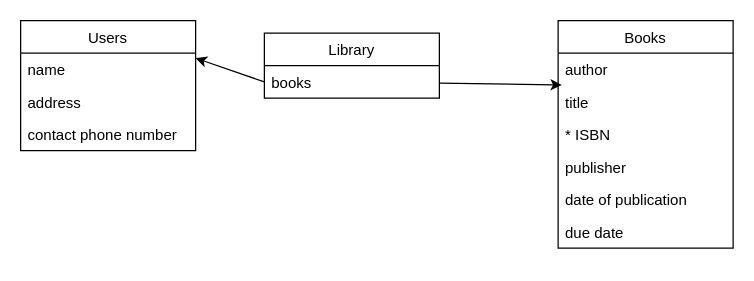
Ziqi222/name.c keeps this draw.io diagram as Untitled Diagram.drawio. Above is the earlier version. Source tidied: cells renumbered, new cells numbered last; positions are measured from the earlier drawing's top-left corner, leaving out a move shared by most shapes. Both pictures are drawn from the tidied source at 125%, with x=0, y=0 at pixel (20, 20).
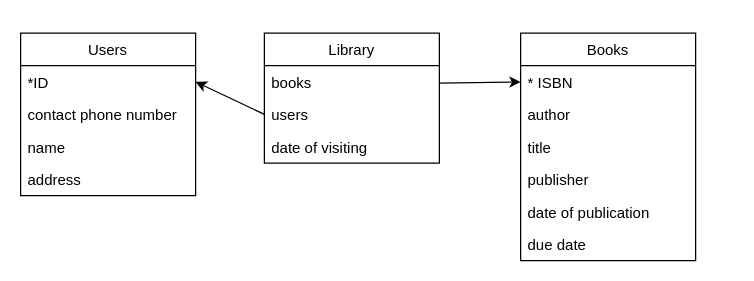
After the change.

The change refers to these unchanged cells:
```xml
<mxCell id="3" value="books" style="text;strokeColor=none;fillColor=none;align=left;verticalAlign=top;spacingLeft=4;spacingRight=4;overflow=hidden;points=[[0,0.5],[1,0.5]];portConstraint=eastwest;" parent="2" vertex="1">
  <mxGeometry y="26" width="140" height="26" as="geometry" />
</mxCell>
```

The edit, as a diff of the source:
```diff
@@
     <mxCell id="2" value="Library" style="swimlane;fontStyle=0;horizontal=1;startSize=26;fillColor=none;" parent="1" vertex="1">
-      <mxGeometry x="195" y="10" width="140" height="52" as="geometry" />
+      <mxGeometry x="195" y="10" width="140" height="104" as="geometry" />
     </mxCell>
@@
+    <mxCell id="17" value="users" style="text;strokeColor=none;fillColor=none;align=left;verticalAlign=top;spacingLeft=4;spacingRight=4;overflow=hidden;points=[[0,0.5],[1,0.5]];portConstraint=eastwest;" parent="2" vertex="1">
+      <mxGeometry y="52" width="140" height="26" as="geometry" />
+    </mxCell>
+    <mxCell id="18" value="date of visiting" style="text;strokeColor=none;fillColor=none;align=left;verticalAlign=top;spacingLeft=4;spacingRight=4;overflow=hidden;" parent="2" vertex="1">
+      <mxGeometry y="78" width="140" height="26" as="geometry" />
+    </mxCell>
     <mxCell id="4" value="Users" style="swimlane;fontStyle=0;horizontal=1;startSize=26;fillColor=none;" parent="1" vertex="1">
-      <mxGeometry width="140" height="104" as="geometry" />
+      <mxGeometry y="10" width="140" height="130" as="geometry" />
     </mxCell>
+    <mxCell id="8" value="*ID" style="text;strokeColor=none;fillColor=none;align=left;verticalAlign=top;spacingLeft=4;spacingRight=4;overflow=hidden;" parent="4" vertex="1">
+      <mxGeometry y="26" width="140" height="26" as="geometry" />
+    </mxCell>
+    <mxCell id="19" value="contact phone number" style="text;strokeColor=none;fillColor=none;align=left;verticalAlign=top;spacingLeft=4;spacingRight=4;overflow=hidden;" parent="4" vertex="1">
+      <mxGeometry y="52" width="140" height="26" as="geometry" />
+    </mxCell>
     <mxCell id="5" value="name" style="text;strokeColor=none;fillColor=none;align=left;verticalAlign=top;spacingLeft=4;spacingRight=4;overflow=hidden;" parent="4" vertex="1">
-      <mxGeometry y="26" width="140" height="26" as="geometry" />
+      <mxGeometry y="78" width="140" height="26" as="geometry" />
     </mxCell>
-    <mxCell id="6" style="endArrow=classic;html=1;exitX=0;exitY=0.5;exitDx=0;exitDy=0;" parent="4" edge="1" source="3">
+    <mxCell id="6" style="endArrow=classic;html=1;exitX=0;exitY=0.5;exitDx=0;exitDy=0;" parent="4" edge="1" source="17">
       <mxGeometry relative="1" as="geometry">
-        <mxPoint x="140" y="30" as="targetPoint" />
+        <mxPoint x="140" y="39" as="targetPoint" />
       </mxGeometry>
     </mxCell>
     <mxCell id="7" value="address" style="text;strokeColor=none;fillColor=none;align=left;verticalAlign=top;spacingLeft=4;spacingRight=4;overflow=hidden;" parent="4" vertex="1">
-      <mxGeometry y="52" width="140" height="26" as="geometry" />
+      <mxGeometry y="104" width="140" height="26" as="geometry" />
     </mxCell>
-    <mxCell id="8" value="contact phone number" style="text;strokeColor=none;fillColor=none;align=left;verticalAlign=top;spacingLeft=4;spacingRight=4;overflow=hidden;" parent="4" vertex="1">
-      <mxGeometry y="78" width="140" height="26" as="geometry" />
-    </mxCell>
     <mxCell id="9" value="Books" style="swimlane;fontStyle=0;horizontal=1;startSize=26;fillColor=none;" parent="1" vertex="1">
-      <mxGeometry x="430" width="140" height="182" as="geometry" />
+      <mxGeometry x="400" y="10" width="140" height="182" as="geometry" />
     </mxCell>
+    <mxCell id="12" value="* ISBN" style="text;strokeColor=none;fillColor=none;align=left;verticalAlign=top;spacingLeft=4;spacingRight=4;overflow=hidden;points=[[0,0.5],[1,0.5]];portConstraint=eastwest;" parent="9" vertex="1">
+      <mxGeometry y="26" width="140" height="26" as="geometry" />
+    </mxCell>
     <mxCell id="10" value="author" style="text;strokeColor=none;fillColor=none;align=left;verticalAlign=top;spacingLeft=4;spacingRight=4;overflow=hidden;" parent="9" vertex="1">
-      <mxGeometry y="26" width="140" height="26" as="geometry" />
+      <mxGeometry y="52" width="140" height="26" as="geometry" />
     </mxCell>
     <mxCell id="11" value="title" style="text;strokeColor=none;fillColor=none;align=left;verticalAlign=top;spacingLeft=4;spacingRight=4;overflow=hidden;points=[[0,0.5],[1,0.5]];portConstraint=eastwest;" parent="9" vertex="1">
-      <mxGeometry y="52" width="140" height="26" as="geometry" />
+      <mxGeometry y="78" width="140" height="26" as="geometry" />
     </mxCell>
-    <mxCell id="12" value="* ISBN" style="text;strokeColor=none;fillColor=none;align=left;verticalAlign=top;spacingLeft=4;spacingRight=4;overflow=hidden;points=[[0,0.5],[1,0.5]];portConstraint=eastwest;" parent="9" vertex="1">
-      <mxGeometry y="78" width="140" height="26" as="geometry" />
-    </mxCell>
@@
-    <mxCell id="16" style="endArrow=classic;html=1;entryX=0.021;entryY=-0.019;entryDx=0;entryDy=0;entryPerimeter=0;" parent="1" edge="1" target="11">
+    <mxCell id="16" style="endArrow=classic;html=1;entryX=0;entryY=0.5;entryDx=0;entryDy=0;" parent="1" edge="1" target="12">
       <mxGeometry relative="1" as="geometry">
         <mxPoint x="335" y="50" as="sourcePoint" />
       </mxGeometry>
     </mxCell>
```
